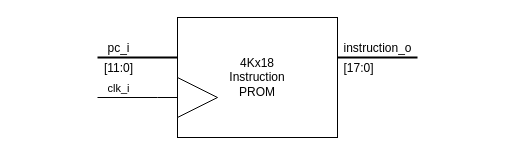
This is Blockbeschreibungen/IP_beschreibung.drawio from graefjk/RO2, a draw.io file, before an edit. Source tidied: cells renumbered, new cells numbered last; positions are measured from the earlier drawing's top-left corner, leaving out a move shared by most shapes. Both pictures are drawn from the tidied source at 100%, with x=0, y=0 at pixel (17, 17).
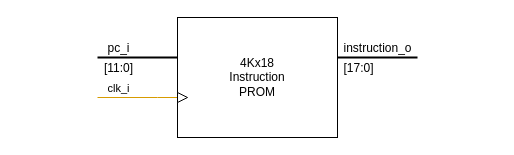
Above is the later version.

Unchanged cells that the change refers to:
```xml
<mxCell id="10" value="4Kx18&lt;br&gt;Instruction&lt;br&gt;PROM" style="rounded=0;whiteSpace=wrap;html=1;" parent="1" vertex="1">
  <mxGeometry x="160" width="160" height="120" as="geometry" />
</mxCell>
```

Diff of the diagram source:
```diff
@@
-    <mxCell id="8" style="edgeStyle=orthogonalEdgeStyle;rounded=0;jettySize=auto;html=1;endArrow=none;endFill=0;" parent="1" edge="1" source="10">
+    <mxCell id="8" style="edgeStyle=orthogonalEdgeStyle;rounded=0;jettySize=auto;html=1;endArrow=none;endFill=0;fillColor=#ffe6cc;strokeColor=#d79b00;" parent="1" edge="1" source="10">
       <mxGeometry relative="1" as="geometry">
         <mxPoint x="80" y="80" as="targetPoint" />
         <Array as="points">
           <mxPoint x="140" y="80" />
           <mxPoint x="140" y="80" />
         </Array>
       </mxGeometry>
     </mxCell>
@@
     <mxCell id="12" style="triangle;whiteSpace=wrap;html=1;" parent="1" vertex="1">
-      <mxGeometry x="160" y="60" width="40" height="40" as="geometry" />
+      <mxGeometry x="160" y="75" width="10" height="10" as="geometry" />
     </mxCell>
```
